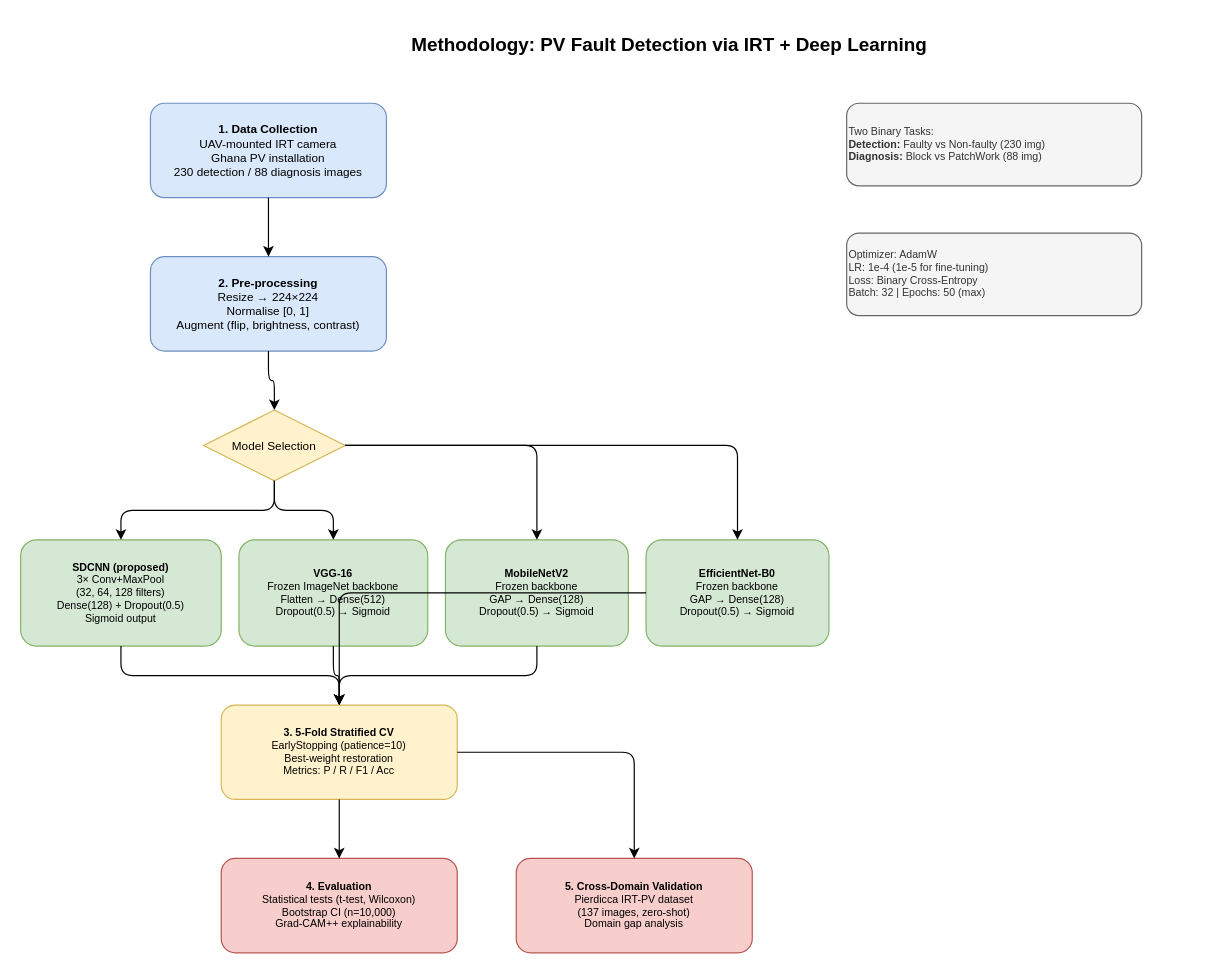
Before: diagrams/methodology_flowchart.drawio in achirobe/sdcnn-pv-thermography, a draw.io diagram. Source tidied: cells renumbered, new cells numbered last; positions are measured from the earlier drawing's top-left corner, leaving out a move shared by most shapes. Both pictures are drawn from the tidied source at 118%, with x=0, y=0 at pixel (20, 20).
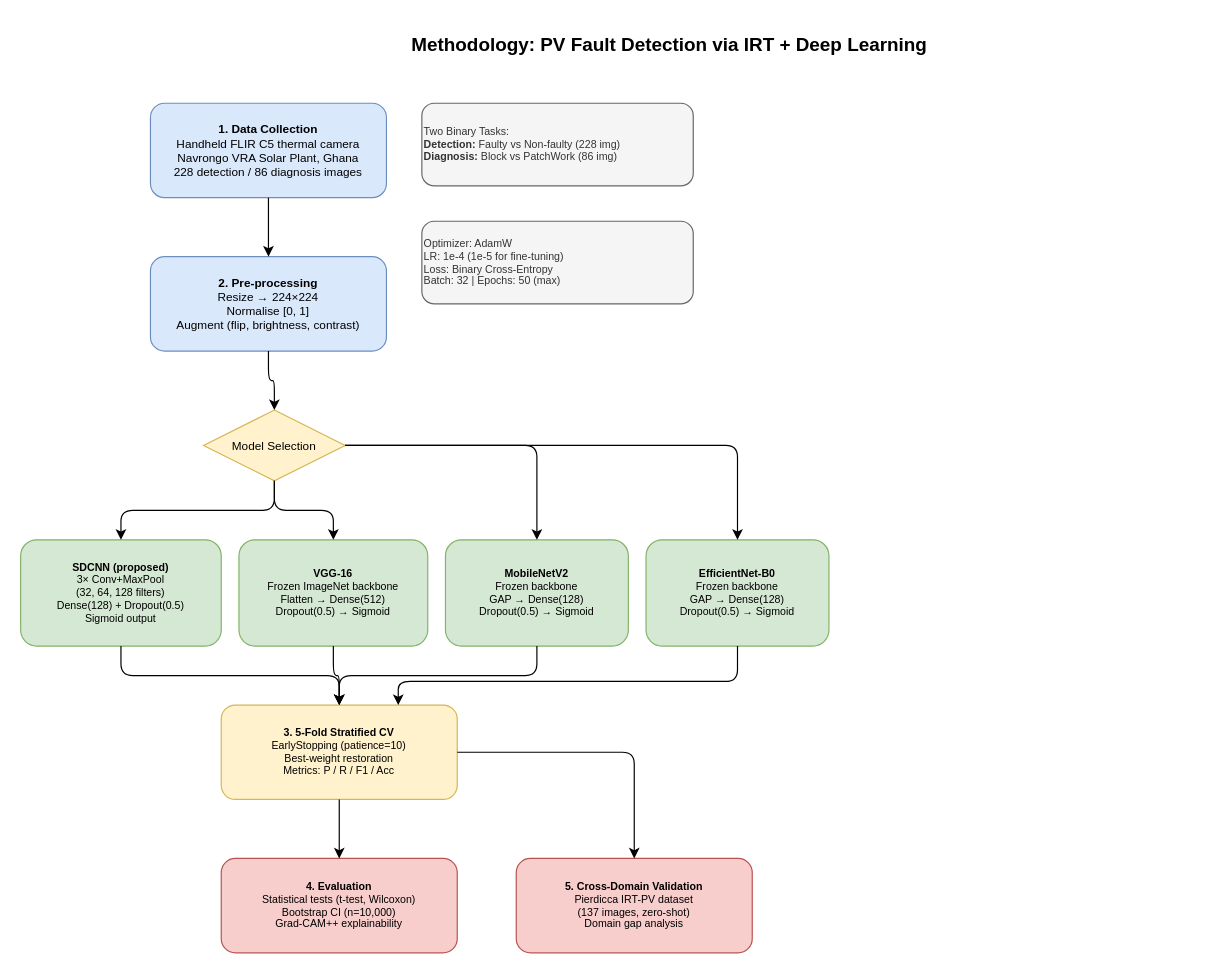
The same diagram, later.

The change refers to these unchanged cells:
```xml
<mxCell id="11" value="&lt;b&gt;EfficientNet-B0&lt;/b&gt;&lt;br/&gt;Frozen backbone&lt;br/&gt;GAP → Dense(128)&lt;br/&gt;Dropout(0.5) → Sigmoid" style="rounded=1;whiteSpace=wrap;html=1;fillColor=#d5e8d4;strokeColor=#82b366;fontSize=9;verticalAlign=middle;" parent="1" vertex="1">
  <mxGeometry x="530" y="440" width="155" height="90" as="geometry" />
</mxCell>
<mxCell id="16" value="&lt;b&gt;3. 5-Fold Stratified CV&lt;/b&gt;&lt;br/&gt;EarlyStopping (patience=10)&lt;br/&gt;Best-weight restoration&lt;br/&gt;Metrics: P / R / F1 / Acc" style="rounded=1;whiteSpace=wrap;html=1;fillColor=#fff2cc;strokeColor=#d6b656;fontSize=9;verticalAlign=middle;" parent="1" vertex="1">
  <mxGeometry x="170" y="580" width="200" height="80" as="geometry" />
</mxCell>
```

Change to the diagram source:
```diff
@@
-    <mxCell id="3" value="&lt;b&gt;1. Data Collection&lt;/b&gt;&lt;br/&gt;UAV-mounted IRT camera&lt;br/&gt;Ghana PV installation&lt;br/&gt;230 detection / 88 diagnosis images" style="rounded=1;whiteSpace=wrap;html=1;fillColor=#dae8fc;strokeColor=#6c8ebf;fontSize=10;verticalAlign=middle;" parent="1" vertex="1">
+    <mxCell id="3" value="&lt;b&gt;1. Data Collection&lt;/b&gt;&lt;br/&gt;Handheld FLIR C5 thermal camera&lt;br/&gt;Navrongo VRA Solar Plant, Ghana&lt;br/&gt;228 detection / 86 diagnosis images" style="rounded=1;whiteSpace=wrap;html=1;fillColor=#dae8fc;strokeColor=#6c8ebf;fontSize=10;verticalAlign=middle;" parent="1" vertex="1">
       <mxGeometry x="110" y="70" width="200" height="80" as="geometry" />
     </mxCell>
@@
-    <mxCell id="20" style="edgeStyle=orthogonalEdgeStyle;" parent="1" edge="1" source="11" target="16">
-      <mxGeometry relative="1" as="geometry" />
+    <mxCell id="20" style="edgeStyle=orthogonalEdgeStyle;exitX=0.5;exitY=1;exitDx=0;exitDy=0;entryX=0.75;entryY=0;entryDx=0;entryDy=0;" parent="1" edge="1" source="11" target="16">
+      <mxGeometry relative="1" as="geometry">
+        <Array as="points">
+          <mxPoint x="607" y="560" />
+          <mxPoint x="320" y="560" />
+        </Array>
+      </mxGeometry>
     </mxCell>
@@
-    <mxCell id="25" value="Two Binary Tasks:&lt;br/&gt;&lt;b&gt;Detection:&lt;/b&gt; Faulty vs Non-faulty (230 img)&lt;br/&gt;&lt;b&gt;Diagnosis:&lt;/b&gt; Block vs PatchWork (88 img)" style="text;html=1;strokeColor=#666666;fillColor=#f5f5f5;align=left;verticalAlign=middle;whiteSpace=wrap;rounded=1;fontColor=#333333;fontSize=9;" parent="1" vertex="1">
-      <mxGeometry x="700" y="70" width="250" height="70" as="geometry" />
+    <mxCell id="25" value="Two Binary Tasks:&lt;br/&gt;&lt;b&gt;Detection:&lt;/b&gt; Faulty vs Non-faulty (228 img)&lt;br/&gt;&lt;b&gt;Diagnosis:&lt;/b&gt; Block vs PatchWork (86 img)" style="text;html=1;strokeColor=#666666;fillColor=#f5f5f5;align=left;verticalAlign=middle;whiteSpace=wrap;rounded=1;fontColor=#333333;fontSize=9;" parent="1" vertex="1">
+      <mxGeometry x="340" y="70" width="230" height="70" as="geometry" />
     </mxCell>
     <mxCell id="26" value="Optimizer: AdamW&lt;br/&gt;LR: 1e-4 (1e-5 for fine-tuning)&lt;br/&gt;Loss: Binary Cross-Entropy&lt;br/&gt;Batch: 32 | Epochs: 50 (max)" style="text;html=1;strokeColor=#666666;fillColor=#f5f5f5;align=left;verticalAlign=middle;whiteSpace=wrap;rounded=1;fontColor=#333333;fontSize=9;" parent="1" vertex="1">
-      <mxGeometry x="700" y="180" width="250" height="70" as="geometry" />
+      <mxGeometry x="340" y="170" width="230" height="70" as="geometry" />
     </mxCell>
```
